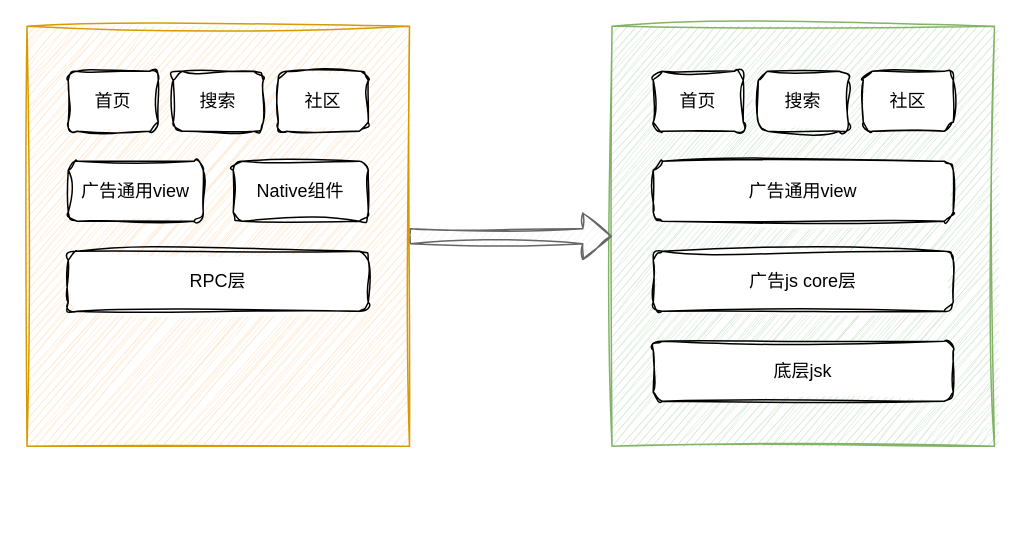
This is 未命名绘图.drawio from victorXYL/drawio, a draw.io file, before an edit. Source tidied: cells renumbered, new cells numbered last; positions are measured from the earlier drawing's top-left corner, leaving out a move shared by most shapes. Both pictures are drawn from the tidied source at 150%, with x=0, y=0 at pixel (26, 26).
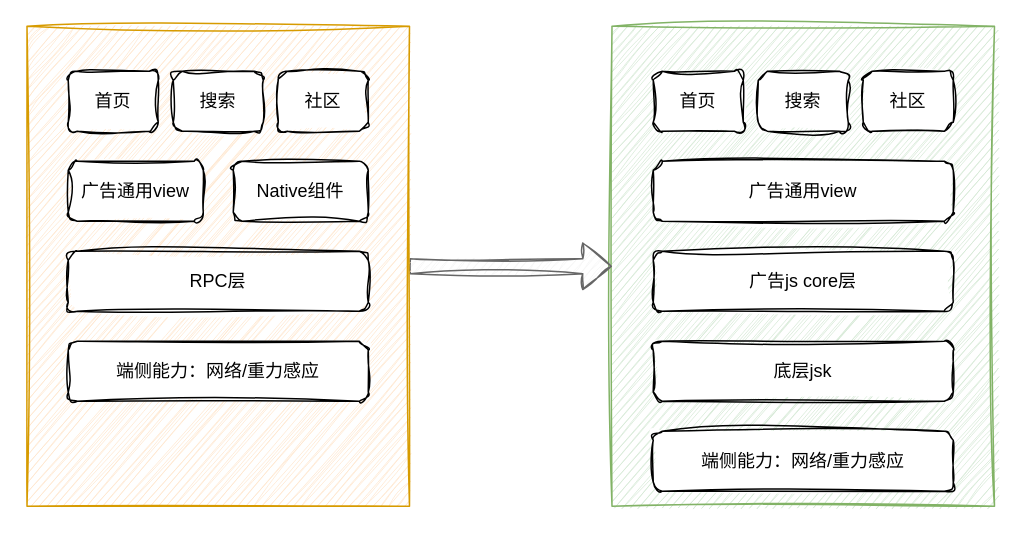
Above is the later version.

Commit message:
更新未命名绘图.drawio

Change to the diagram source:
```diff
@@
 <mxGraphModel>
   <root>
     <mxCell id="0" />
     <mxCell id="1" parent="0" />
     <mxCell id="2" style="rounded=0;whiteSpace=wrap;html=1;fillColor=#d5e8d4;strokeColor=#82b366;sketch=1;curveFitting=1;jiggle=2;" parent="1" vertex="1">
-      <mxGeometry x="390.5" width="255" height="280" as="geometry" />
+      <mxGeometry x="390.5" width="255" height="320" as="geometry" />
     </mxCell>
     <mxCell id="3" style="edgeStyle=orthogonalEdgeStyle;shape=flexArrow;rounded=0;jettySize=auto;html=1;exitX=1;exitY=0.5;exitDx=0;exitDy=0;fillColor=#f5f5f5;strokeColor=#666666;sketch=1;curveFitting=1;jiggle=2;" parent="1" edge="1" source="4" target="2">
       <mxGeometry relative="1" as="geometry" />
     </mxCell>
     <mxCell id="4" style="rounded=0;whiteSpace=wrap;html=1;fillColor=#ffe6cc;strokeColor=#d79b00;glass=0;shadow=0;sketch=1;curveFitting=1;jiggle=2;" parent="1" vertex="1">
-      <mxGeometry x="0.5" width="255" height="280" as="geometry" />
+      <mxGeometry x="0.5" width="255" height="320" as="geometry" />
     </mxCell>
     <mxCell id="5" value="首页" style="rounded=1;whiteSpace=wrap;html=1;sketch=1;curveFitting=1;jiggle=2;" parent="1" vertex="1">
       <mxGeometry x="28" y="30" width="60" height="40" as="geometry" />
     </mxCell>
     <mxCell id="6" value="搜索" style="rounded=1;whiteSpace=wrap;html=1;sketch=1;curveFitting=1;jiggle=2;" parent="1" vertex="1">
       <mxGeometry x="98" y="30" width="60" height="40" as="geometry" />
     </mxCell>
     <mxCell id="7" value="社区" style="rounded=1;whiteSpace=wrap;html=1;sketch=1;curveFitting=1;jiggle=2;" parent="1" vertex="1">
       <mxGeometry x="168" y="30" width="60" height="40" as="geometry" />
     </mxCell>
     <mxCell id="8" value="广告通用view" style="rounded=1;whiteSpace=wrap;html=1;sketch=1;curveFitting=1;jiggle=2;" parent="1" vertex="1">
       <mxGeometry x="28" y="90" width="90" height="40" as="geometry" />
     </mxCell>
     <mxCell id="9" value="RPC层" style="rounded=1;whiteSpace=wrap;html=1;sketch=1;curveFitting=1;jiggle=2;" parent="1" vertex="1">
       <mxGeometry x="28" y="150" width="200" height="40" as="geometry" />
     </mxCell>
     <mxCell id="10" value="Native组件" style="rounded=1;whiteSpace=wrap;html=1;sketch=1;curveFitting=1;jiggle=2;" parent="1" vertex="1">
       <mxGeometry x="138" y="90" width="90" height="40" as="geometry" />
     </mxCell>
     <mxCell id="11" value="首页" style="rounded=1;whiteSpace=wrap;html=1;sketch=1;curveFitting=1;jiggle=2;" parent="1" vertex="1">
       <mxGeometry x="418" y="30" width="60" height="40" as="geometry" />
     </mxCell>
     <mxCell id="12" value="搜索" style="rounded=1;whiteSpace=wrap;html=1;sketch=1;curveFitting=1;jiggle=2;" parent="1" vertex="1">
       <mxGeometry x="488" y="30" width="60" height="40" as="geometry" />
     </mxCell>
     <mxCell id="13" value="社区" style="rounded=1;whiteSpace=wrap;html=1;sketch=1;curveFitting=1;jiggle=2;" parent="1" vertex="1">
       <mxGeometry x="558" y="30" width="60" height="40" as="geometry" />
     </mxCell>
     <mxCell id="14" value="广告通用view" style="rounded=1;whiteSpace=wrap;html=1;sketch=1;curveFitting=1;jiggle=2;" parent="1" vertex="1">
       <mxGeometry x="418" y="90" width="200" height="40" as="geometry" />
     </mxCell>
     <mxCell id="15" value="广告js core层" style="rounded=1;whiteSpace=wrap;html=1;sketch=1;curveFitting=1;jiggle=2;" parent="1" vertex="1">
       <mxGeometry x="418" y="150" width="200" height="40" as="geometry" />
     </mxCell>
     <mxCell id="16" value="底层jsk" style="rounded=1;whiteSpace=wrap;html=1;sketch=1;curveFitting=1;jiggle=2;" parent="1" vertex="1">
       <mxGeometry x="418" y="210" width="200" height="40" as="geometry" />
     </mxCell>
+    <mxCell id="17" value="端侧能力：网络/重力感应" style="rounded=1;whiteSpace=wrap;html=1;sketch=1;curveFitting=1;jiggle=2;" parent="1" vertex="1">
+      <mxGeometry x="28" y="210" width="200" height="40" as="geometry" />
+    </mxCell>
+    <mxCell id="18" value="端侧能力：网络/重力感应" style="rounded=1;whiteSpace=wrap;html=1;sketch=1;curveFitting=1;jiggle=2;" parent="1" vertex="1">
+      <mxGeometry x="418" y="270" width="200" height="40" as="geometry" />
+    </mxCell>
   </root>
 </mxGraphModel>
```
